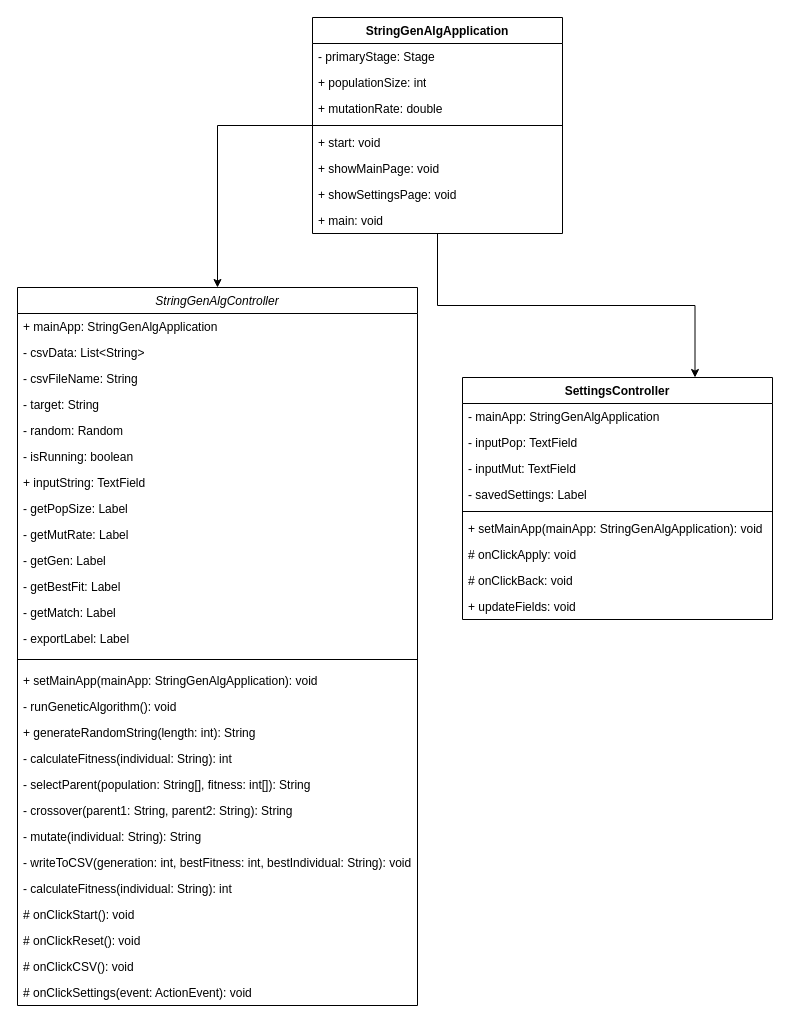
DanielHODonnell/StringGeneticAlgorithmApplication keeps this draw.io diagram as Untitled Diagram.drawio. Above is the earlier version. Source tidied: cells renumbered, new cells numbered last; positions are measured from the earlier drawing's top-left corner, leaving out a move shared by most shapes. Both pictures are drawn from the tidied source at 100%, with x=0, y=0 at pixel (17, 17).
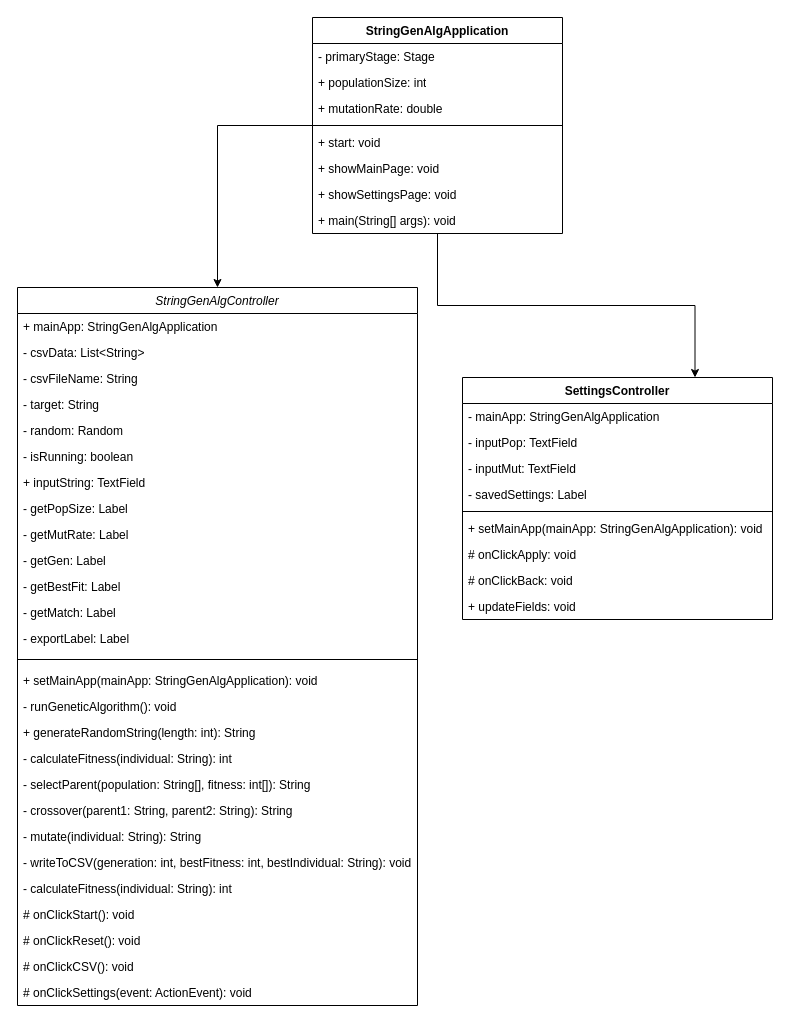
Above is the later version.

The change refers to these unchanged cells:
```xml
<mxCell id="41" value="StringGenAlgApplication" style="swimlane;fontStyle=1;align=center;verticalAlign=top;horizontal=1;startSize=26;whiteSpace=wrap;html=1;" parent="1" vertex="1">
  <mxGeometry x="295" width="250" height="216" as="geometry" />
</mxCell>
```

Change to the diagram source:
```diff
@@
-    <mxCell id="49" value="+ main: void" style="text;strokeColor=none;fillColor=none;align=left;verticalAlign=top;spacingLeft=4;spacingRight=4;overflow=hidden;whiteSpace=wrap;html=1;" parent="41" vertex="1">
+    <mxCell id="49" value="+ main(String[] args): void" style="text;strokeColor=none;fillColor=none;align=left;verticalAlign=top;spacingLeft=4;spacingRight=4;overflow=hidden;whiteSpace=wrap;html=1;" parent="41" vertex="1">
       <mxGeometry y="190" width="250" height="26" as="geometry" />
     </mxCell>
```
